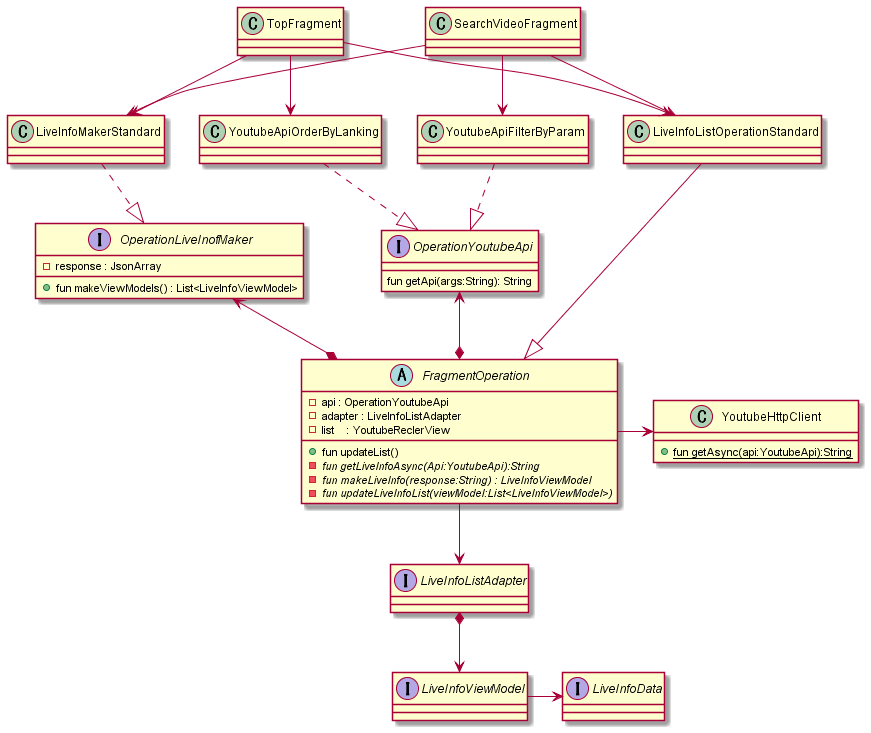
elm-niconico/AppDesign keeps this PlantUML diagram as youtube_live_viewer/out/class_disign/クラス図.png. Above is the earlier version.
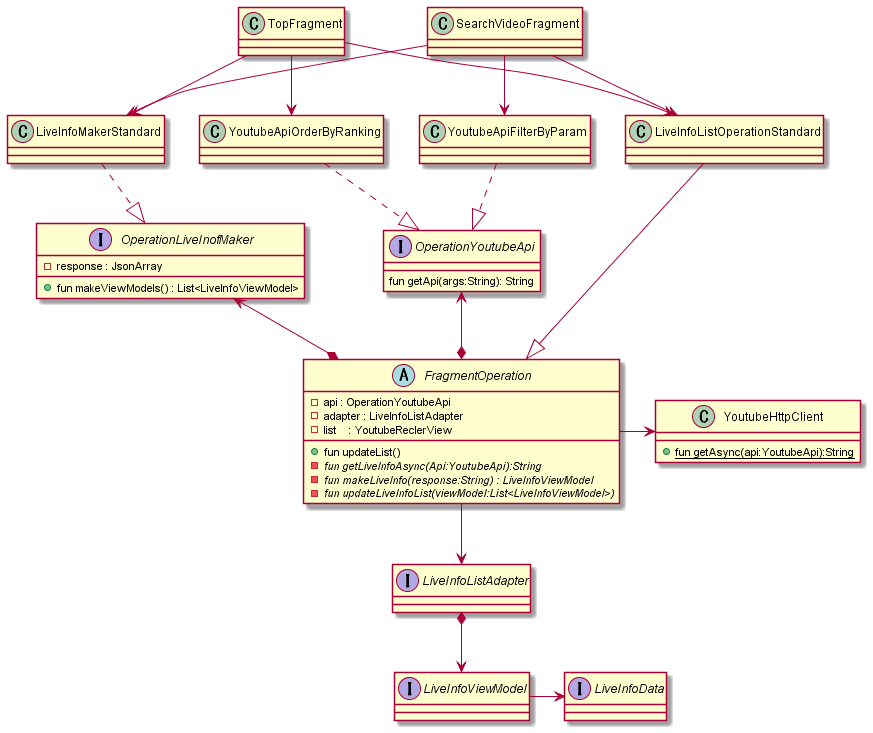
After the commit.

Commit message:
スペルミスの修正

Diff of the diagram source:
```diff
@@ -4,7 +4,7 @@
     class SearchVideoFragment
 
    together {
-        class YoutubeApiOrderByLanking{}
+        class YoutubeApiOrderByRanking{}
         class YoutubeApiFilterByParam
     }
     class LiveInfoListOperationStandard{
@@ -26,9 +26,7 @@
 
         + fun makeViewModels() : List<LiveInfoViewModel>
     }
-    class LiveInfoMakerStandard{
-
-    }
+    class LiveInfoMakerStandard
 
     interface LiveInfoData
     interface LiveInfoViewModel
@@ -48,7 +46,7 @@
     TopFragment         --> LiveInfoMakerStandard
     SearchVideoFragment --> LiveInfoMakerStandard
 
-    TopFragment --> YoutubeApiOrderByLanking
+    TopFragment --> YoutubeApiOrderByRanking
     SearchVideoFragment --> YoutubeApiFilterByParam
 
 
@@ -56,7 +54,7 @@
     SearchVideoFragment --> LiveInfoListOperationStandard
     LiveInfoListOperationStandard ---|> FragmentOperation
     YoutubeApiFilterByParam  ..|> OperationYoutubeApi
-    YoutubeApiOrderByLanking ..|> OperationYoutubeApi
+    YoutubeApiOrderByRanking ..|> OperationYoutubeApi
 
     LiveInfoListAdapter *--> LiveInfoViewModel
 
```
